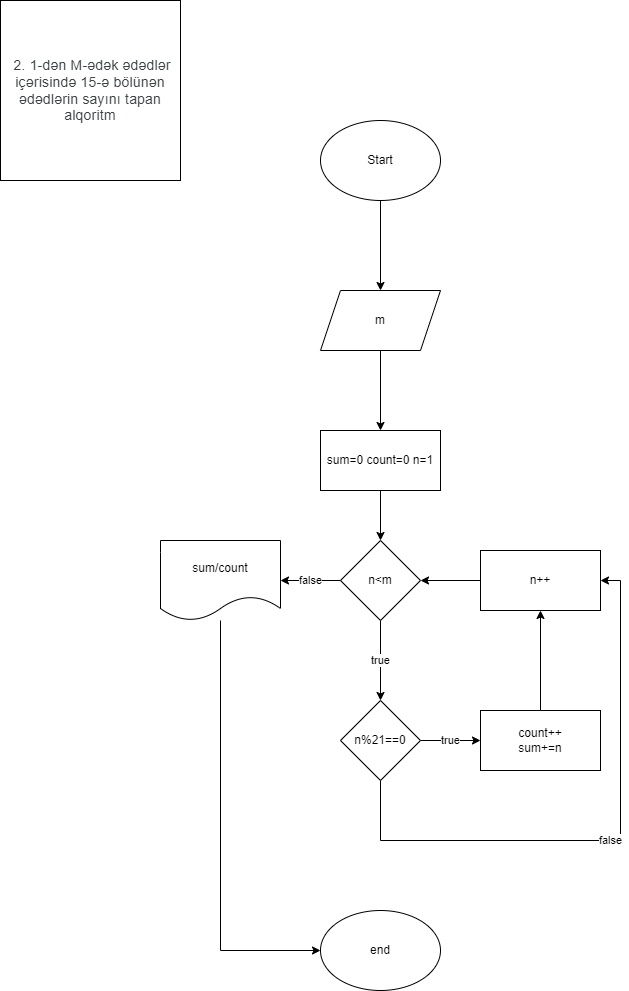
Earlier version of the draw.io export task3.png (daelvinci/5.12.2022). Source tidied: cells renumbered, new cells last; positions are measured from the earlier drawing's top-left corner, leaving out a move shared by most shapes. The source it was exported from:
```xml
<mxGraphModel>
  <root>
    <mxCell id="0" />
    <mxCell id="1" parent="0" />
    <mxCell id="2" style="edgeStyle=orthogonalEdgeStyle;rounded=0;jettySize=auto;html=1;" parent="1" edge="1" source="3" target="6">
      <mxGeometry relative="1" as="geometry" />
    </mxCell>
    <mxCell id="3" value="Start" style="ellipse;whiteSpace=wrap;html=1;" parent="1" vertex="1">
      <mxGeometry x="320" y="120" width="120" height="80" as="geometry" />
    </mxCell>
    <mxCell id="4" value="&lt;span style=&quot;color: rgb(60, 64, 67); font-family: Roboto, Arial, sans-serif; font-size: 14px; letter-spacing: 0.2px; text-align: start;&quot;&gt;&amp;nbsp;2. 1-dən M-ədək ədədlər içərisində 15-ə bölünən ədədlərin sayını tapan alqoritm&lt;/span&gt;" style="whiteSpace=wrap;html=1;" parent="1" vertex="1">
      <mxGeometry width="180" height="180" as="geometry" />
    </mxCell>
    <mxCell id="5" style="edgeStyle=orthogonalEdgeStyle;rounded=0;jettySize=auto;html=1;" parent="1" edge="1" source="6">
      <mxGeometry relative="1" as="geometry">
        <mxPoint x="380" y="430" as="targetPoint" />
      </mxGeometry>
    </mxCell>
    <mxCell id="6" value="m" style="shape=parallelogram;perimeter=parallelogramPerimeter;whiteSpace=wrap;html=1;fixedSize=1;" parent="1" vertex="1">
      <mxGeometry x="320" y="290" width="120" height="60" as="geometry" />
    </mxCell>
    <mxCell id="7" style="edgeStyle=orthogonalEdgeStyle;rounded=0;jettySize=auto;html=1;" parent="1" edge="1" source="8" target="11">
      <mxGeometry relative="1" as="geometry" />
    </mxCell>
    <mxCell id="8" value="sum=0 count=0 n=1" style="rounded=0;whiteSpace=wrap;html=1;" parent="1" vertex="1">
      <mxGeometry x="320" y="430" width="120" height="60" as="geometry" />
    </mxCell>
    <mxCell id="9" value="true" style="edgeStyle=orthogonalEdgeStyle;rounded=0;jettySize=auto;html=1;" parent="1" edge="1" source="11" target="14">
      <mxGeometry relative="1" as="geometry" />
    </mxCell>
    <mxCell id="10" value="false" style="edgeStyle=orthogonalEdgeStyle;rounded=0;jettySize=auto;html=1;" parent="1" edge="1" source="11">
      <mxGeometry relative="1" as="geometry">
        <mxPoint x="280" y="580" as="targetPoint" />
      </mxGeometry>
    </mxCell>
    <mxCell id="11" value="n&amp;lt;m" style="rhombus;whiteSpace=wrap;html=1;rounded=0;" parent="1" vertex="1">
      <mxGeometry x="340" y="540" width="80" height="80" as="geometry" />
    </mxCell>
    <mxCell id="12" value="true" style="edgeStyle=orthogonalEdgeStyle;rounded=0;jettySize=auto;html=1;" parent="1" edge="1" source="14">
      <mxGeometry relative="1" as="geometry">
        <mxPoint x="480" y="740" as="targetPoint" />
      </mxGeometry>
    </mxCell>
    <mxCell id="13" value="false" style="edgeStyle=orthogonalEdgeStyle;rounded=0;jettySize=auto;html=1;entryX=1;entryY=0.5;entryDx=0;entryDy=0;" parent="1" edge="1" source="14" target="18">
      <mxGeometry relative="1" as="geometry">
        <Array as="points">
          <mxPoint x="380" y="840" />
          <mxPoint x="620" y="840" />
          <mxPoint x="620" y="580" />
        </Array>
      </mxGeometry>
    </mxCell>
    <mxCell id="14" value="n%21==0" style="rhombus;whiteSpace=wrap;html=1;rounded=0;" parent="1" vertex="1">
      <mxGeometry x="340" y="700" width="80" height="80" as="geometry" />
    </mxCell>
    <mxCell id="15" style="edgeStyle=orthogonalEdgeStyle;rounded=0;jettySize=auto;html=1;" parent="1" edge="1" source="16" target="18">
      <mxGeometry relative="1" as="geometry" />
    </mxCell>
    <mxCell id="16" value="count++&lt;br&gt;sum+=n" style="rounded=0;whiteSpace=wrap;html=1;" parent="1" vertex="1">
      <mxGeometry x="480" y="710" width="120" height="60" as="geometry" />
    </mxCell>
    <mxCell id="17" style="edgeStyle=orthogonalEdgeStyle;rounded=0;jettySize=auto;html=1;" parent="1" edge="1" source="18" target="11">
      <mxGeometry relative="1" as="geometry" />
    </mxCell>
    <mxCell id="18" value="n++" style="rounded=0;whiteSpace=wrap;html=1;" parent="1" vertex="1">
      <mxGeometry x="480" y="550" width="120" height="60" as="geometry" />
    </mxCell>
    <mxCell id="19" style="edgeStyle=orthogonalEdgeStyle;rounded=0;jettySize=auto;html=1;entryX=0;entryY=0.5;entryDx=0;entryDy=0;" parent="1" edge="1" source="20" target="21">
      <mxGeometry relative="1" as="geometry">
        <Array as="points">
          <mxPoint x="220" y="950" />
        </Array>
      </mxGeometry>
    </mxCell>
    <mxCell id="20" value="sum/count" style="shape=document;whiteSpace=wrap;html=1;boundedLbl=1;" parent="1" vertex="1">
      <mxGeometry x="160" y="540" width="120" height="80" as="geometry" />
    </mxCell>
    <mxCell id="21" value="end" style="ellipse;whiteSpace=wrap;html=1;" parent="1" vertex="1">
      <mxGeometry x="320" y="910" width="120" height="80" as="geometry" />
    </mxCell>
  </root>
</mxGraphModel>
```
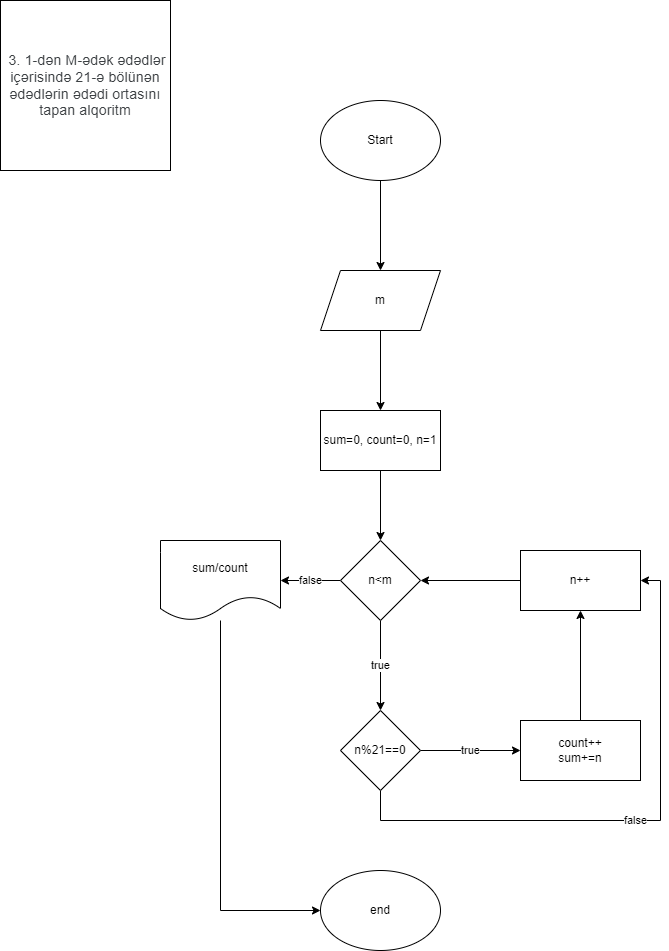
Later version of the same file.

What changed in the source:
```diff
@@ -8,9 +8,6 @@
     <mxCell id="3" value="Start" style="ellipse;whiteSpace=wrap;html=1;" parent="1" vertex="1">
       <mxGeometry x="320" y="120" width="120" height="80" as="geometry" />
     </mxCell>
-    <mxCell id="4" value="&lt;span style=&quot;color: rgb(60, 64, 67); font-family: Roboto, Arial, sans-serif; font-size: 14px; letter-spacing: 0.2px; text-align: start;&quot;&gt;&amp;nbsp;2. 1-dən M-ədək ədədlər içərisində 15-ə bölünən ədədlərin sayını tapan alqoritm&lt;/span&gt;" style="whiteSpace=wrap;html=1;" parent="1" vertex="1">
-      <mxGeometry width="180" height="180" as="geometry" />
-    </mxCell>
     <mxCell id="5" style="edgeStyle=orthogonalEdgeStyle;rounded=0;jettySize=auto;html=1;" parent="1" edge="1" source="6">
       <mxGeometry relative="1" as="geometry">
         <mxPoint x="380" y="430" as="targetPoint" />
@@ -19,64 +16,65 @@
     <mxCell id="6" value="m" style="shape=parallelogram;perimeter=parallelogramPerimeter;whiteSpace=wrap;html=1;fixedSize=1;" parent="1" vertex="1">
       <mxGeometry x="320" y="290" width="120" height="60" as="geometry" />
     </mxCell>
-    <mxCell id="7" style="edgeStyle=orthogonalEdgeStyle;rounded=0;jettySize=auto;html=1;" parent="1" edge="1" source="8" target="11">
-      <mxGeometry relative="1" as="geometry" />
-    </mxCell>
-    <mxCell id="8" value="sum=0 count=0 n=1" style="rounded=0;whiteSpace=wrap;html=1;" parent="1" vertex="1">
-      <mxGeometry x="320" y="430" width="120" height="60" as="geometry" />
-    </mxCell>
-    <mxCell id="9" value="true" style="edgeStyle=orthogonalEdgeStyle;rounded=0;jettySize=auto;html=1;" parent="1" edge="1" source="11" target="14">
-      <mxGeometry relative="1" as="geometry" />
-    </mxCell>
+    <mxCell id="22" value="&lt;span style=&quot;color: rgb(60, 64, 67); font-family: Roboto, Arial, sans-serif; font-size: 14px; letter-spacing: 0.2px; text-align: start;&quot;&gt;&amp;nbsp;3.&amp;nbsp;1-dən M-ədək ədədlər içərisində 21-ə bölünən ədədlərin ədədi ortasını tapan alqoritm&lt;/span&gt;" style="whiteSpace=wrap;html=1;" parent="1" vertex="1">
+      <mxGeometry y="20" width="170" height="170" as="geometry" />
+    </mxCell>
+    <mxCell id="23" style="edgeStyle=orthogonalEdgeStyle;rounded=0;jettySize=auto;html=1;" parent="1" edge="1" source="24" target="11">
+      <mxGeometry relative="1" as="geometry" />
+    </mxCell>
+    <mxCell id="24" value="sum=0, count=0, n=1" style="rounded=0;whiteSpace=wrap;html=1;" parent="1" vertex="1">
+      <mxGeometry x="320" y="430" width="120" height="60" as="geometry" />
+    </mxCell>
-    <mxCell id="10" value="false" style="edgeStyle=orthogonalEdgeStyle;rounded=0;jettySize=auto;html=1;" parent="1" edge="1" source="11">
-      <mxGeometry relative="1" as="geometry">
-        <mxPoint x="280" y="580" as="targetPoint" />
-      </mxGeometry>
+    <mxCell id="10" value="false" style="edgeStyle=orthogonalEdgeStyle;rounded=0;jettySize=auto;html=1;" parent="1" edge="1" source="11" target="20">
+      <mxGeometry relative="1" as="geometry" />
     </mxCell>
+    <mxCell id="25" value="true" style="edgeStyle=orthogonalEdgeStyle;rounded=0;jettySize=auto;html=1;" parent="1" edge="1" source="11">
+      <mxGeometry relative="1" as="geometry">
+        <mxPoint x="380" y="730" as="targetPoint" />
+      </mxGeometry>
+    </mxCell>
     <mxCell id="11" value="n&amp;lt;m" style="rhombus;whiteSpace=wrap;html=1;rounded=0;" parent="1" vertex="1">
-      <mxGeometry x="340" y="540" width="80" height="80" as="geometry" />
+      <mxGeometry x="340" y="560" width="80" height="80" as="geometry" />
     </mxCell>
-    <mxCell id="12" value="true" style="edgeStyle=orthogonalEdgeStyle;rounded=0;jettySize=auto;html=1;" parent="1" edge="1" source="14">
-      <mxGeometry relative="1" as="geometry">
-        <mxPoint x="480" y="740" as="targetPoint" />
-      </mxGeometry>
-    </mxCell>
-    <mxCell id="13" value="false" style="edgeStyle=orthogonalEdgeStyle;rounded=0;jettySize=auto;html=1;entryX=1;entryY=0.5;entryDx=0;entryDy=0;" parent="1" edge="1" source="14" target="18">
-      <mxGeometry relative="1" as="geometry">
-        <Array as="points">
-          <mxPoint x="380" y="840" />
-          <mxPoint x="620" y="840" />
-          <mxPoint x="620" y="580" />
-        </Array>
-      </mxGeometry>
-    </mxCell>
-    <mxCell id="14" value="n%21==0" style="rhombus;whiteSpace=wrap;html=1;rounded=0;" parent="1" vertex="1">
-      <mxGeometry x="340" y="700" width="80" height="80" as="geometry" />
-    </mxCell>
+    <mxCell id="19" style="edgeStyle=orthogonalEdgeStyle;rounded=0;jettySize=auto;html=1;entryX=0;entryY=0.5;entryDx=0;entryDy=0;" parent="1" edge="1" source="20" target="21">
+      <mxGeometry relative="1" as="geometry">
+        <Array as="points">
+          <mxPoint x="220" y="930" />
+        </Array>
+      </mxGeometry>
+    </mxCell>
+    <mxCell id="20" value="sum/count" style="shape=document;whiteSpace=wrap;html=1;boundedLbl=1;rounded=0;" parent="1" vertex="1">
+      <mxGeometry x="160" y="560" width="120" height="80" as="geometry" />
+    </mxCell>
     <mxCell id="15" style="edgeStyle=orthogonalEdgeStyle;rounded=0;jettySize=auto;html=1;" parent="1" edge="1" source="16" target="18">
       <mxGeometry relative="1" as="geometry" />
     </mxCell>
-    <mxCell id="16" value="count++&lt;br&gt;sum+=n" style="rounded=0;whiteSpace=wrap;html=1;" parent="1" vertex="1">
-      <mxGeometry x="480" y="710" width="120" height="60" as="geometry" />
+    <mxCell id="16" value="count++&lt;br&gt;sum+=n" style="whiteSpace=wrap;html=1;rounded=0;" parent="1" vertex="1">
+      <mxGeometry x="520" y="740" width="120" height="60" as="geometry" />
     </mxCell>
     <mxCell id="17" style="edgeStyle=orthogonalEdgeStyle;rounded=0;jettySize=auto;html=1;" parent="1" edge="1" source="18" target="11">
       <mxGeometry relative="1" as="geometry" />
     </mxCell>
-    <mxCell id="18" value="n++" style="rounded=0;whiteSpace=wrap;html=1;" parent="1" vertex="1">
-      <mxGeometry x="480" y="550" width="120" height="60" as="geometry" />
+    <mxCell id="18" value="n++" style="whiteSpace=wrap;html=1;rounded=0;" parent="1" vertex="1">
+      <mxGeometry x="520" y="570" width="120" height="60" as="geometry" />
     </mxCell>
-    <mxCell id="19" style="edgeStyle=orthogonalEdgeStyle;rounded=0;jettySize=auto;html=1;entryX=0;entryY=0.5;entryDx=0;entryDy=0;" parent="1" edge="1" source="20" target="21">
-      <mxGeometry relative="1" as="geometry">
-        <Array as="points">
-          <mxPoint x="220" y="950" />
-        </Array>
-      </mxGeometry>
-    </mxCell>
-    <mxCell id="20" value="sum/count" style="shape=document;whiteSpace=wrap;html=1;boundedLbl=1;" parent="1" vertex="1">
-      <mxGeometry x="160" y="540" width="120" height="80" as="geometry" />
-    </mxCell>
     <mxCell id="21" value="end" style="ellipse;whiteSpace=wrap;html=1;" parent="1" vertex="1">
-      <mxGeometry x="320" y="910" width="120" height="80" as="geometry" />
+      <mxGeometry x="320" y="890" width="120" height="80" as="geometry" />
     </mxCell>
+    <mxCell id="26" value="true" style="edgeStyle=orthogonalEdgeStyle;rounded=0;jettySize=auto;html=1;" parent="1" edge="1" source="14" target="16">
+      <mxGeometry relative="1" as="geometry" />
+    </mxCell>
+    <mxCell id="13" value="false" style="edgeStyle=orthogonalEdgeStyle;rounded=0;jettySize=auto;html=1;entryX=1;entryY=0.5;entryDx=0;entryDy=0;" parent="1" edge="1" source="14" target="18">
+      <mxGeometry relative="1" as="geometry">
+        <Array as="points">
+          <mxPoint x="380" y="840" />
+          <mxPoint x="660" y="840" />
+          <mxPoint x="660" y="600" />
+        </Array>
+      </mxGeometry>
+    </mxCell>
+    <mxCell id="14" value="n%21==0" style="rhombus;whiteSpace=wrap;html=1;" parent="1" vertex="1">
+      <mxGeometry x="340" y="730" width="80" height="80" as="geometry" />
+    </mxCell>
   </root>
 </mxGraphModel>
```
